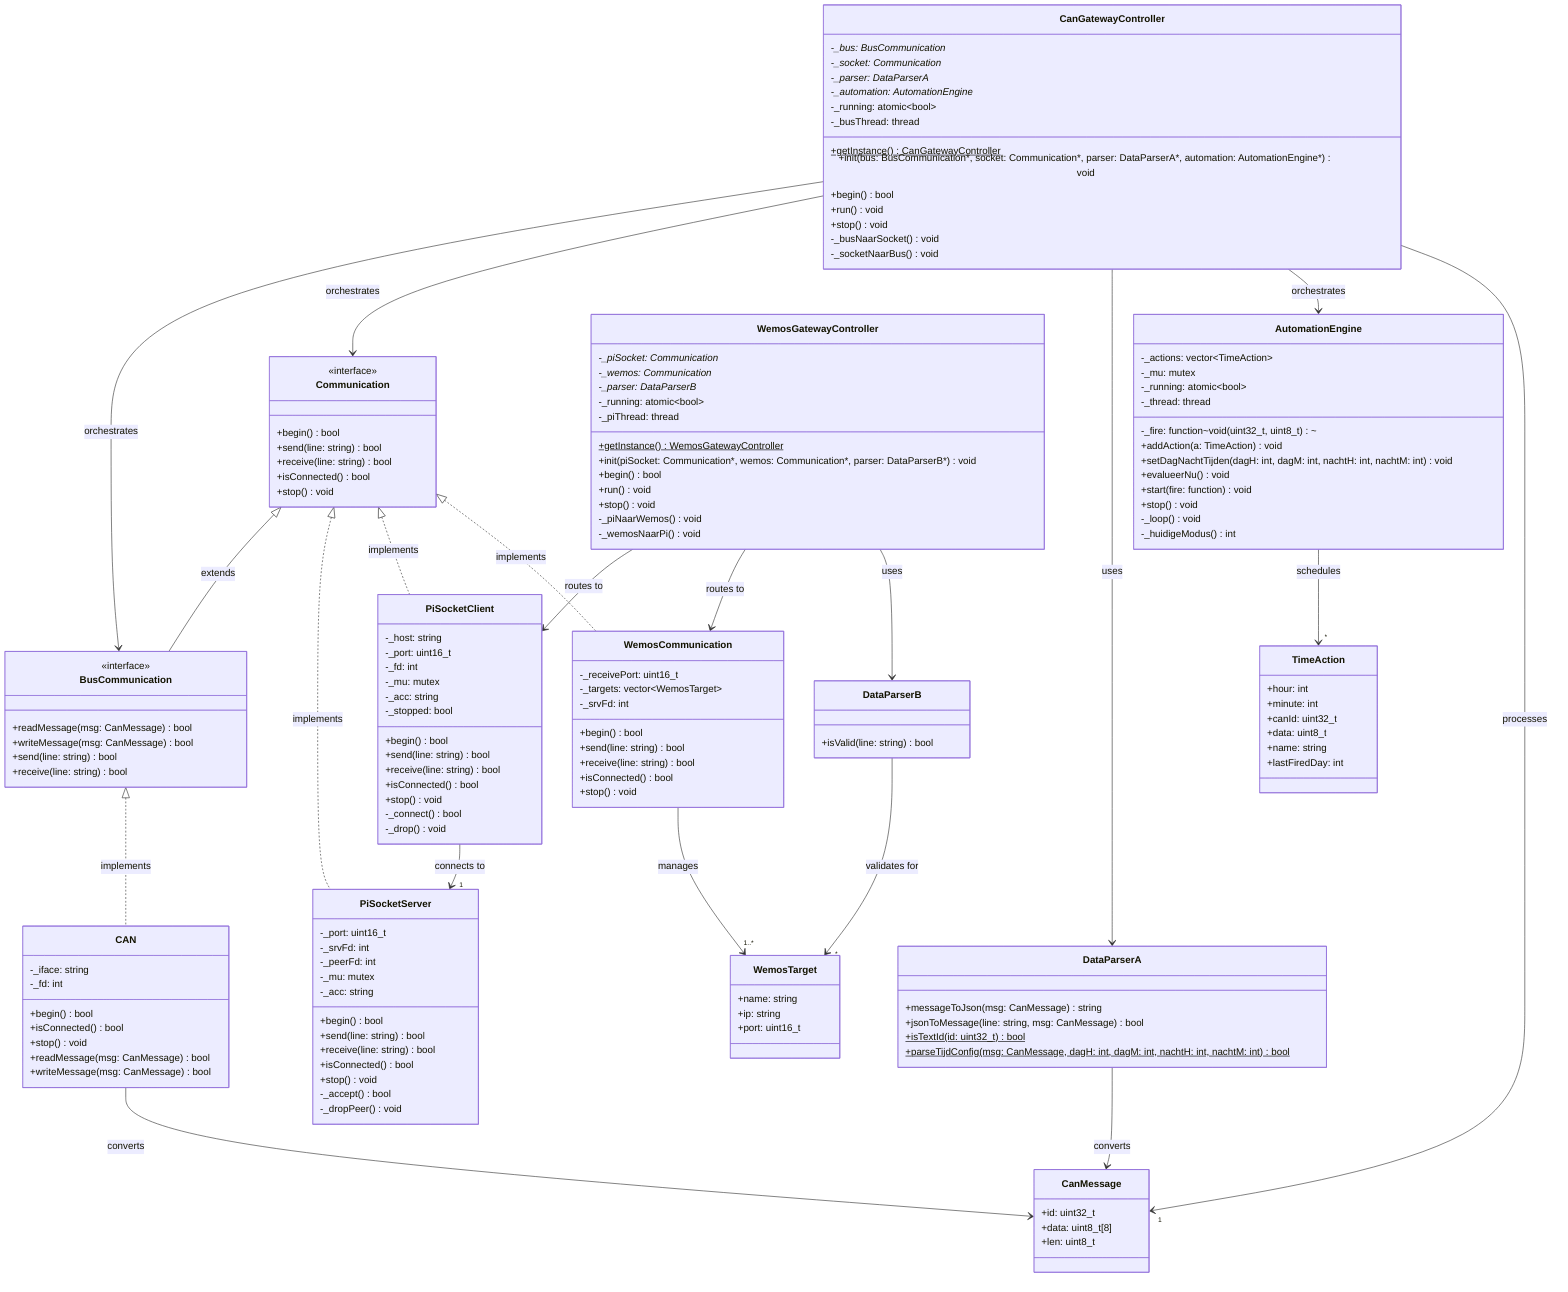
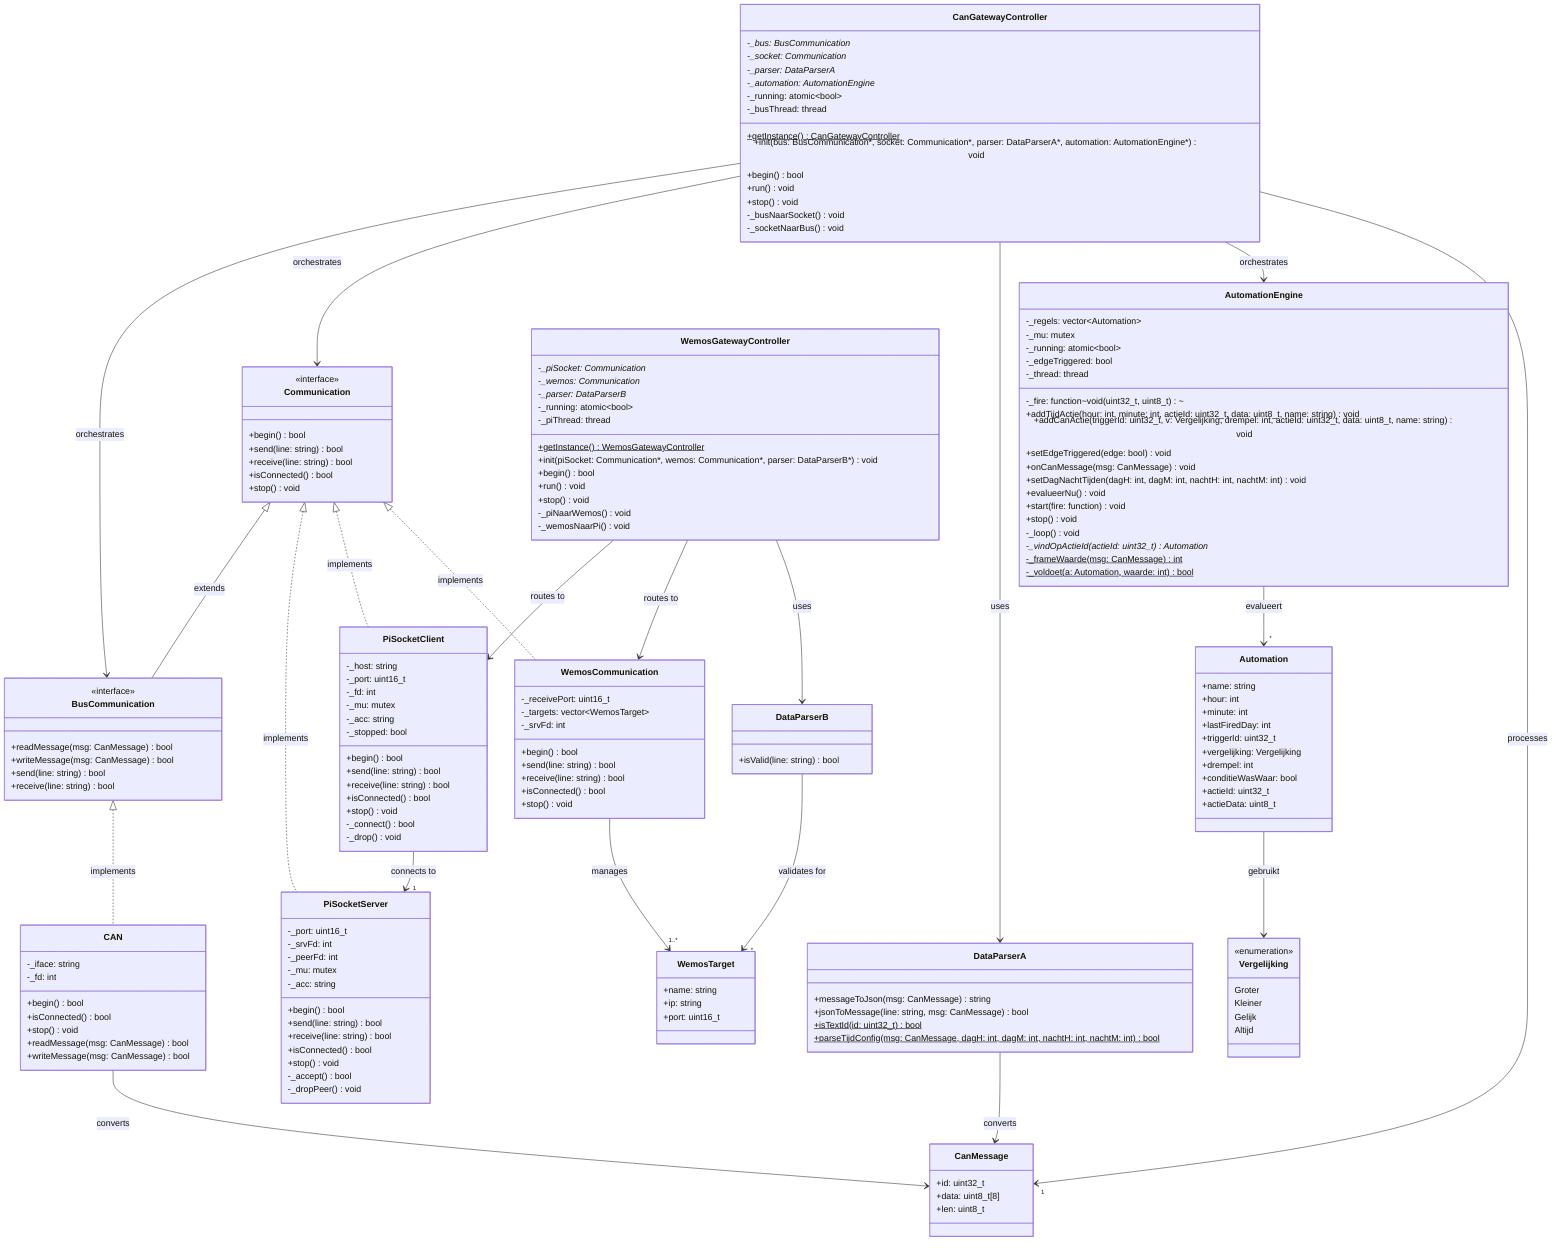
---
references:
  - "File: /PI/Socket-OOP-A/Design.mmd"
  - "File: /PI/Socket-OOP-B"
generationTime: 2026-06-12T09:53:45.801Z
---
classDiagram
    %% ============ INTERFACES ============
    class Communication {
        <<interface>>
        +begin() bool
        +send(line: string) bool
        +receive(line: string) bool
        +isConnected() bool
        +stop() void
    }

    class BusCommunication {
        <<interface>>
        +readMessage(msg: CanMessage) bool
        +writeMessage(msg: CanMessage) bool
        +send(line: string) bool
        +receive(line: string) bool
    }

    %% ============ DATA STRUCTURES ============
    class CanMessage {
        +id: uint32_t
        +data: uint8_t[8]
        +len: uint8_t
    }

    class WemosTarget {
        +name: string
        +ip: string
        +port: uint16_t
    }

    %% ============ PI A - IMPLEMENTATIONS ============
    class CAN {
        -_iface: string
        -_fd: int
        +begin() bool
        +isConnected() bool
        +stop() void
        +readMessage(msg: CanMessage) bool
        +writeMessage(msg: CanMessage) bool
    }

    class PiSocketServer {
        -_port: uint16_t
        -_srvFd: int
        -_peerFd: int
        -_mu: mutex
        -_acc: string
        +begin() bool
        +send(line: string) bool
        +receive(line: string) bool
        +isConnected() bool
        +stop() void
        -_accept() bool
        -_dropPeer() void
    }

    class DataParserA {
        +messageToJson(msg: CanMessage) string
        +jsonToMessage(line: string, msg: CanMessage) bool
        +isTextId(id: uint32_t) bool$
        +parseTijdConfig(msg: CanMessage, dagH: int, dagM: int, nachtH: int, nachtM: int) bool$
    }

-     class TimeAction {
+     class Vergelijking {
+         <<enumeration>>
+         Groter
+         Kleiner
+         Gelijk
+         Altijd
+     }
+ 
+     class Automation {
+         +name: string
        +hour: int
        +minute: int
-         +canId: uint32_t
-         +data: uint8_t
-         +name: string
        +lastFiredDay: int
+         +triggerId: uint32_t
+         +vergelijking: Vergelijking
+         +drempel: int
+         +conditieWasWaar: bool
+         +actieId: uint32_t
+         +actieData: uint8_t
    }

    class AutomationEngine {
-         -_actions: vector~TimeAction~
+         -_regels: vector~Automation~
        -_mu: mutex
        -_running: atomic~bool~
+         -_edgeTriggered: bool
        -_thread: thread
        -_fire: function~void(uint32_t, uint8_t)~
-         +addAction(a: TimeAction) void
+         +addTijdActie(hour: int, minute: int, actieId: uint32_t, data: uint8_t, name: string) void
+         +addCanActie(triggerId: uint32_t, v: Vergelijking, drempel: int, actieId: uint32_t, data: uint8_t, name: string) void
+         +setEdgeTriggered(edge: bool) void
+         +onCanMessage(msg: CanMessage) void
        +setDagNachtTijden(dagH: int, dagM: int, nachtH: int, nachtM: int) void
        +evalueerNu() void
        +start(fire: function) void
        +stop() void
        -_loop() void
-         -_huidigeModus() int
+         -_vindOpActieId(actieId: uint32_t) Automation*
+         -_frameWaarde(msg: CanMessage) int$
+         -_voldoet(a: Automation, waarde: int) bool$
    }

    class CanGatewayController {
        -_bus: BusCommunication*
        -_socket: Communication*
        -_parser: DataParserA*
        -_automation: AutomationEngine*
        -_running: atomic~bool~
        -_busThread: thread
        +getInstance() CanGatewayController$
        +init(bus: BusCommunication*, socket: Communication*, parser: DataParserA*, automation: AutomationEngine*) void
        +begin() bool
        +run() void
        +stop() void
        -_busNaarSocket() void
        -_socketNaarBus() void
    }

    %% ============ PI B - IMPLEMENTATIONS ============
    class PiSocketClient {
        -_host: string
        -_port: uint16_t
        -_fd: int
        -_mu: mutex
        -_acc: string
        -_stopped: bool
        +begin() bool
        +send(line: string) bool
        +receive(line: string) bool
        +isConnected() bool
        +stop() void
        -_connect() bool
        -_drop() void
    }

    class WemosCommunication {
        -_receivePort: uint16_t
        -_targets: vector~WemosTarget~
        -_srvFd: int
        +begin() bool
        +send(line: string) bool
        +receive(line: string) bool
        +isConnected() bool
        +stop() void
    }

    class DataParserB {
        +isValid(line: string) bool
    }

    class WemosGatewayController {
        -_piSocket: Communication*
        -_wemos: Communication*
        -_parser: DataParserB*
        -_running: atomic~bool~
        -_piThread: thread
        +getInstance() WemosGatewayController$
        +init(piSocket: Communication*, wemos: Communication*, parser: DataParserB*) void
        +begin() bool
        +run() void
        +stop() void
        -_piNaarWemos() void
        -_wemosNaarPi() void
    }

    %% ============ RELATIONSHIPS ============
    %% Interface implementations
    Communication <|-- BusCommunication : extends
    Communication <|.. PiSocketServer : implements
    Communication <|.. PiSocketClient : implements
    Communication <|.. WemosCommunication : implements
    BusCommunication <|.. CAN : implements

    %% Data models
    CanGatewayController --> BusCommunication : orchestrates
    CanGatewayController --> Communication : orchestrates
    CanGatewayController --> DataParserA : uses
    CanGatewayController --> AutomationEngine : orchestrates
    CanGatewayController --> "1" CanMessage : processes
-     AutomationEngine --> "*" TimeAction : schedules
+     AutomationEngine --> "*" Automation : evalueert
+     Automation --> Vergelijking : gebruikt
    CAN --> CanMessage : converts

    DataParserA --> CanMessage : converts
    DataParserB --> "*" WemosTarget : validates for

    WemosGatewayController --> PiSocketClient : routes to
    WemosGatewayController --> WemosCommunication : routes to
    WemosGatewayController --> DataParserB : uses

    WemosCommunication --> "1..*" WemosTarget : manages
    PiSocketClient --> "1" PiSocketServer : connects to